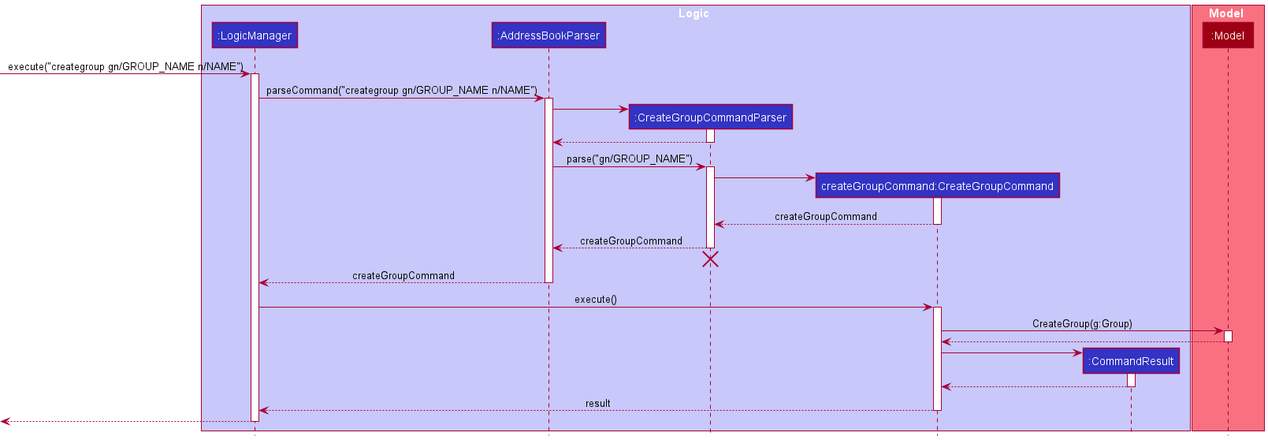
Earlier version of the PlantUML export docs/images/CreateGroupSequenceDiagram.png (ramapriyan912001/tp). Its diagram source:
```plantuml
@startuml
!include style.puml

box Logic LOGIC_COLOR_T1
participant ":LogicManager" as LogicManager LOGIC_COLOR
participant ":AddressBookParser" as AddressBookParser LOGIC_COLOR
participant ":CreateGroupCommandParser" as CreateGroupCommandParser LOGIC_COLOR
participant "createGroupCommand:CreateGroupCommand" as CreateGroupCommand LOGIC_COLOR
participant ":CommandResult" as CommandResult LOGIC_COLOR
end box

box Model MODEL_COLOR_T1
participant ":Model" as Model MODEL_COLOR
end box

[-> LogicManager : execute("creategroup gn/GROUP_NAME n/NAME")
activate LogicManager

LogicManager -> AddressBookParser : parseCommand("creategroup gn/GROUP_NAME n/NAME")
activate AddressBookParser

create CreateGroupCommandParser
AddressBookParser -> CreateGroupCommandParser
activate CreateGroupCommandParser

CreateGroupCommandParser --> AddressBookParser
deactivate CreateGroupCommandParser

AddressBookParser -> CreateGroupCommandParser : parse("gn/GROUP_NAME")
activate CreateGroupCommandParser

create CreateGroupCommand
CreateGroupCommandParser -> CreateGroupCommand
activate CreateGroupCommand

CreateGroupCommand --> CreateGroupCommandParser : createGroupCommand
deactivate CreateGroupCommand

CreateGroupCommandParser --> AddressBookParser : createGroupCommand
deactivate CreateGroupCommandParser
CreateGroupCommandParser -[hidden]-> AddressBookParser
destroy CreateGroupCommandParser

AddressBookParser --> LogicManager : createGroupCommand
deactivate AddressBookParser

LogicManager -> CreateGroupCommand : execute()
activate CreateGroupCommand

CreateGroupCommand -> Model : CreateGroup(g:Group)
activate Model

Model --> CreateGroupCommand
deactivate Model

create CommandResult
CreateGroupCommand -> CommandResult
activate CommandResult

CommandResult --> CreateGroupCommand
deactivate CommandResult

CreateGroupCommand --> LogicManager : result
deactivate CreateGroupCommand

[<--LogicManager
deactivate LogicManager
@enduml
```
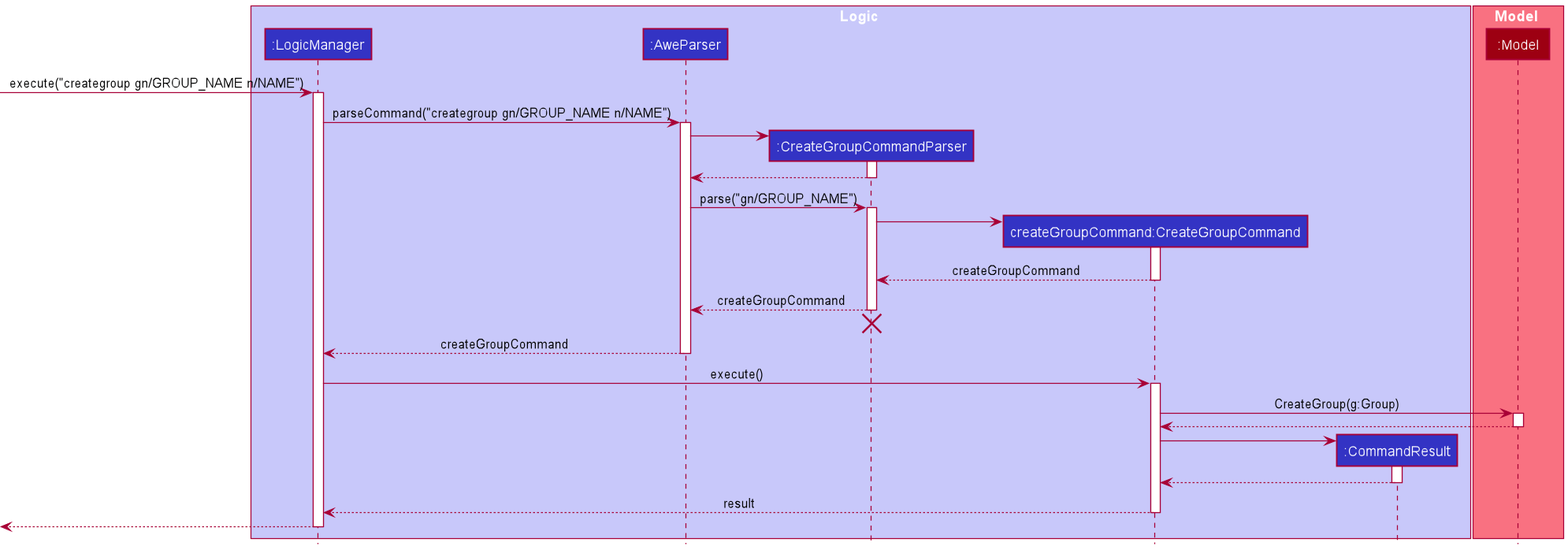
After the change.

What changed in the source:
```diff
@@ -3,7 +3,7 @@
 
 box Logic LOGIC_COLOR_T1
 participant ":LogicManager" as LogicManager LOGIC_COLOR
-participant ":AddressBookParser" as AddressBookParser LOGIC_COLOR
+participant ":AweParser" as AweParser LOGIC_COLOR
 participant ":CreateGroupCommandParser" as CreateGroupCommandParser LOGIC_COLOR
 participant "createGroupCommand:CreateGroupCommand" as CreateGroupCommand LOGIC_COLOR
 participant ":CommandResult" as CommandResult LOGIC_COLOR
@@ -16,17 +16,17 @@
 [-> LogicManager : execute("creategroup gn/GROUP_NAME n/NAME")
 activate LogicManager
 
-LogicManager -> AddressBookParser : parseCommand("creategroup gn/GROUP_NAME n/NAME")
-activate AddressBookParser
+LogicManager -> AweParser : parseCommand("creategroup gn/GROUP_NAME n/NAME")
+activate AweParser
 
 create CreateGroupCommandParser
-AddressBookParser -> CreateGroupCommandParser
+AweParser -> CreateGroupCommandParser
 activate CreateGroupCommandParser
 
-CreateGroupCommandParser --> AddressBookParser
+CreateGroupCommandParser --> AweParser
 deactivate CreateGroupCommandParser
 
-AddressBookParser -> CreateGroupCommandParser : parse("gn/GROUP_NAME")
+AweParser -> CreateGroupCommandParser : parse("gn/GROUP_NAME")
 activate CreateGroupCommandParser
 
 create CreateGroupCommand
@@ -36,13 +36,13 @@
 CreateGroupCommand --> CreateGroupCommandParser : createGroupCommand
 deactivate CreateGroupCommand
 
-CreateGroupCommandParser --> AddressBookParser : createGroupCommand
+CreateGroupCommandParser --> AweParser : createGroupCommand
 deactivate CreateGroupCommandParser
-CreateGroupCommandParser -[hidden]-> AddressBookParser
+CreateGroupCommandParser -[hidden]-> AweParser
 destroy CreateGroupCommandParser
 
-AddressBookParser --> LogicManager : createGroupCommand
-deactivate AddressBookParser
+AweParser --> LogicManager : createGroupCommand
+deactivate AweParser
 
 LogicManager -> CreateGroupCommand : execute()
 activate CreateGroupCommand
```
